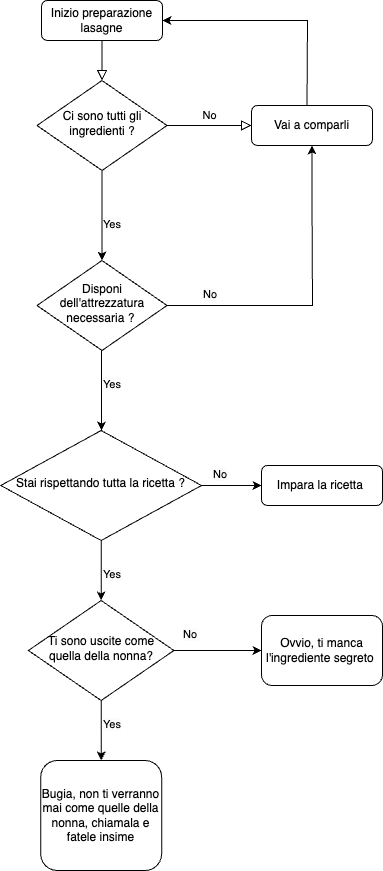
EugeniuPopescu/human-code keeps this draw.io diagram as human-code-4.png. Above is the earlier version. Source tidied: cells renumbered, new cells last; positions are measured from the earlier drawing's top-left corner, leaving out a move shared by most shapes.
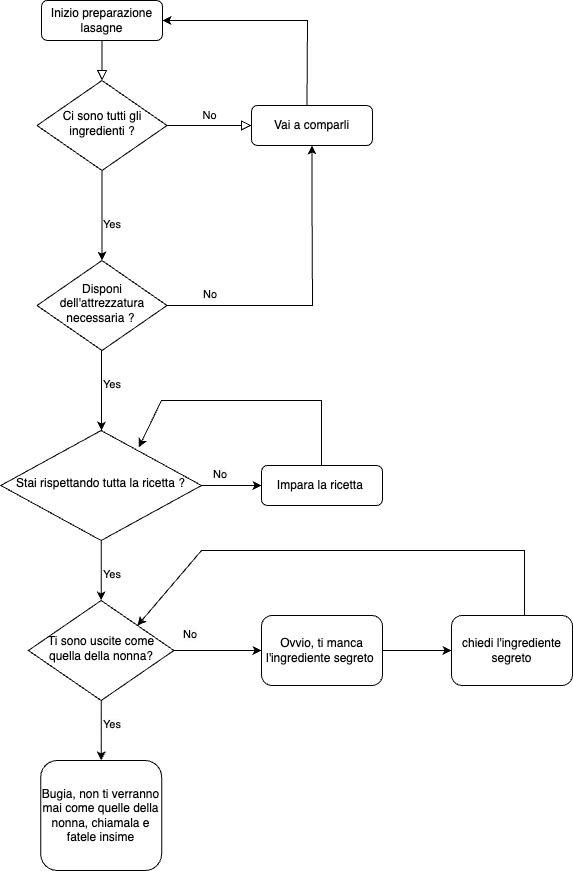
After the change.

Change to the diagram source:
```diff
@@ -93,5 +93,32 @@
     <mxCell id="27" value="&lt;span style=&quot;color: rgb(0, 0, 0); font-family: Helvetica; font-size: 11px; font-style: normal; font-variant-ligatures: normal; font-variant-caps: normal; font-weight: 400; letter-spacing: normal; orphans: 2; text-align: center; text-indent: 0px; text-transform: none; widows: 2; word-spacing: 0px; -webkit-text-stroke-width: 0px; background-color: rgb(251, 251, 251); text-decoration-thickness: initial; text-decoration-style: initial; text-decoration-color: initial; float: none; display: inline !important;&quot;&gt;No&lt;/span&gt;" style="text;whiteSpace=wrap;html=1;" parent="1" vertex="1">
       <mxGeometry x="181" y="620" width="50" height="30" as="geometry" />
     </mxCell>
+    <mxCell id="28" style="endArrow=classic;html=1;rounded=0;entryX=0.688;entryY=0.153;entryDx=0;entryDy=0;entryPerimeter=0;" parent="1" edge="1" target="17">
+      <mxGeometry relative="1" as="geometry">
+        <mxPoint x="321" y="465" as="sourcePoint" />
+        <Array as="points">
+          <mxPoint x="321" y="400" />
+          <mxPoint x="161" y="400" />
+        </Array>
+      </mxGeometry>
+    </mxCell>
+    <mxCell id="29" style="endArrow=classic;html=1;rounded=0;" parent="1" edge="1">
+      <mxGeometry relative="1" as="geometry">
+        <mxPoint x="382" y="650" as="sourcePoint" />
+        <mxPoint x="451" y="650" as="targetPoint" />
+      </mxGeometry>
+    </mxCell>
+    <mxCell id="30" value="chiedi l'ingrediente segreto" style="rounded=1;whiteSpace=wrap;html=1;fontSize=12;glass=0;strokeWidth=1;shadow=0;" parent="1" vertex="1">
+      <mxGeometry x="451" y="615" width="121" height="70" as="geometry" />
+    </mxCell>
+    <mxCell id="31" style="endArrow=classic;html=1;rounded=0;entryX=1;entryY=0;entryDx=0;entryDy=0;" parent="1" edge="1" target="22">
+      <mxGeometry relative="1" as="geometry">
+        <mxPoint x="524" y="615" as="sourcePoint" />
+        <Array as="points">
+          <mxPoint x="524" y="550" />
+          <mxPoint x="201" y="550" />
+        </Array>
+      </mxGeometry>
+    </mxCell>
   </root>
 </mxGraphModel>
```
